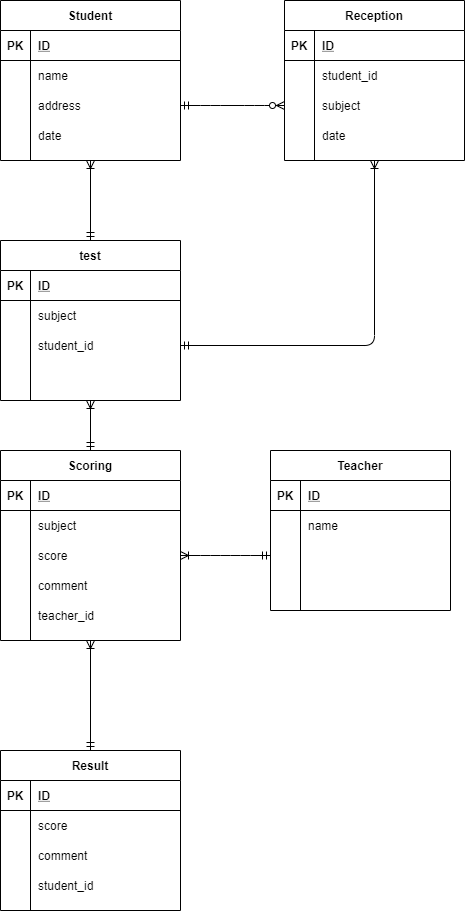
Earlier version of the draw.io export index.drawio.png (takuyaone/db). Source tidied: cells renumbered, new cells last; positions are measured from the earlier drawing's top-left corner, leaving out a move shared by most shapes.
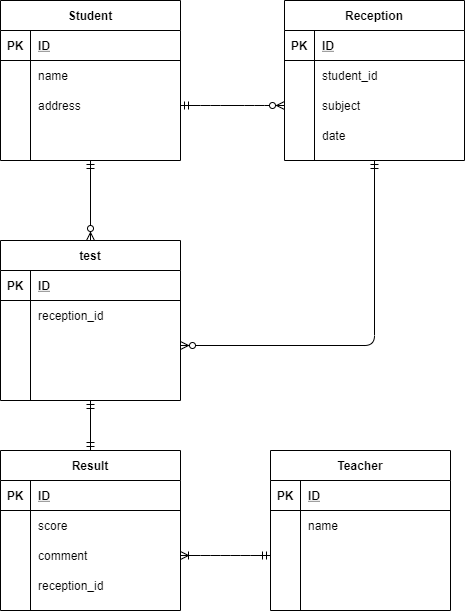
The same diagram one commit later.

What changed in the source:
```diff
@@ -38,7 +38,7 @@
     <mxCell id="13" style="shape=partialRectangle;fillColor=none;top=0;left=0;bottom=0;right=0;overflow=hidden;" parent="12" vertex="1">
       <mxGeometry width="30" height="30" as="geometry" />
     </mxCell>
-    <mxCell id="14" value="date" style="shape=partialRectangle;fillColor=none;top=0;left=0;bottom=0;right=0;align=left;spacingLeft=6;overflow=hidden;" parent="12" vertex="1">
+    <mxCell id="14" style="shape=partialRectangle;fillColor=none;top=0;left=0;bottom=0;right=0;align=left;spacingLeft=6;overflow=hidden;" parent="12" vertex="1">
       <mxGeometry x="30" width="150" height="30" as="geometry" />
     </mxCell>
     <mxCell id="15" value="Reception" style="shape=table;startSize=30;rowLines=0;fontStyle=1;align=center;" parent="1" vertex="1">
@@ -98,7 +98,7 @@
     <mxCell id="33" style="shape=partialRectangle;fillColor=none;top=0;left=0;bottom=0;right=0;overflow=hidden;" parent="32" vertex="1">
       <mxGeometry width="30" height="30" as="geometry" />
     </mxCell>
-    <mxCell id="34" value="subject" style="shape=partialRectangle;fillColor=none;top=0;left=0;bottom=0;right=0;align=left;spacingLeft=6;overflow=hidden;" parent="32" vertex="1">
+    <mxCell id="34" value="reception_id" style="shape=partialRectangle;fillColor=none;top=0;left=0;bottom=0;right=0;align=left;spacingLeft=6;overflow=hidden;" parent="32" vertex="1">
       <mxGeometry x="30" width="150" height="30" as="geometry" />
     </mxCell>
     <mxCell id="35" style="shape=partialRectangle;fillColor=none;top=0;left=0;bottom=0;right=0;points=[[0,0.5],[1,0.5]];portConstraint=eastwest;" parent="28" vertex="1">
@@ -107,7 +107,7 @@
     <mxCell id="36" style="shape=partialRectangle;fillColor=none;top=0;left=0;bottom=0;right=0;overflow=hidden;" parent="35" vertex="1">
       <mxGeometry width="30" height="30" as="geometry" />
     </mxCell>
-    <mxCell id="37" value="student_id" style="shape=partialRectangle;fillColor=none;top=0;left=0;bottom=0;right=0;align=left;spacingLeft=6;overflow=hidden;" parent="35" vertex="1">
+    <mxCell id="37" style="shape=partialRectangle;fillColor=none;top=0;left=0;bottom=0;right=0;align=left;spacingLeft=6;overflow=hidden;" parent="35" vertex="1">
       <mxGeometry x="30" width="150" height="30" as="geometry" />
     </mxCell>
     <mxCell id="38" style="shape=partialRectangle;fillColor=none;top=0;left=0;bottom=0;right=0;" parent="28" vertex="1">
@@ -158,56 +158,8 @@
     <mxCell id="53" style="shape=partialRectangle;fillColor=none;top=0;left=0;bottom=0;right=0;align=left;spacingLeft=6;overflow=hidden;" parent="51" vertex="1">
       <mxGeometry x="30" width="150" height="30" as="geometry" />
     </mxCell>
-    <mxCell id="54" value="Scoring" style="shape=table;startSize=30;rowLines=0;fontStyle=1;align=center;" parent="1" vertex="1">
-      <mxGeometry y="450" width="180" height="190" as="geometry" />
-    </mxCell>
-    <mxCell id="55" style="shape=partialRectangle;fillColor=none;top=0;left=0;bottom=1;right=0;" parent="54" vertex="1">
-      <mxGeometry y="30" width="180" height="30" as="geometry" />
-    </mxCell>
-    <mxCell id="56" value="PK" style="shape=partialRectangle;fillColor=none;top=0;left=0;bottom=0;right=0;fontStyle=1;overflow=hidden;" parent="55" vertex="1">
-      <mxGeometry width="30" height="30" as="geometry" />
-    </mxCell>
-    <mxCell id="57" value="ID" style="shape=partialRectangle;fillColor=none;top=0;left=0;bottom=0;right=0;align=left;spacingLeft=6;fontStyle=5;overflow=hidden;" parent="55" vertex="1">
-      <mxGeometry x="30" width="150" height="30" as="geometry" />
-    </mxCell>
-    <mxCell id="58" style="shape=partialRectangle;fillColor=none;top=0;left=0;bottom=0;right=0;" parent="54" vertex="1">
-      <mxGeometry y="60" width="180" height="30" as="geometry" />
-    </mxCell>
-    <mxCell id="59" style="shape=partialRectangle;fillColor=none;top=0;left=0;bottom=0;right=0;overflow=hidden;" parent="58" vertex="1">
-      <mxGeometry width="30" height="30" as="geometry" />
-    </mxCell>
-    <mxCell id="60" value="subject" style="shape=partialRectangle;fillColor=none;top=0;left=0;bottom=0;right=0;align=left;spacingLeft=6;overflow=hidden;" parent="58" vertex="1">
-      <mxGeometry x="30" width="150" height="30" as="geometry" />
-    </mxCell>
-    <mxCell id="61" style="shape=partialRectangle;fillColor=none;top=0;left=0;bottom=0;right=0;points=[[0,0.5],[1,0.5]];portConstraint=eastwest;" parent="54" vertex="1">
-      <mxGeometry y="90" width="180" height="30" as="geometry" />
-    </mxCell>
-    <mxCell id="62" style="shape=partialRectangle;fillColor=none;top=0;left=0;bottom=0;right=0;overflow=hidden;" parent="61" vertex="1">
-      <mxGeometry width="30" height="30" as="geometry" />
-    </mxCell>
-    <mxCell id="63" value="score" style="shape=partialRectangle;fillColor=none;top=0;left=0;bottom=0;right=0;align=left;spacingLeft=6;overflow=hidden;" parent="61" vertex="1">
-      <mxGeometry x="30" width="150" height="30" as="geometry" />
-    </mxCell>
-    <mxCell id="64" style="shape=partialRectangle;fillColor=none;top=0;left=0;bottom=0;right=0;" parent="54" vertex="1">
-      <mxGeometry y="120" width="180" height="30" as="geometry" />
-    </mxCell>
-    <mxCell id="65" style="shape=partialRectangle;fillColor=none;top=0;left=0;bottom=0;right=0;overflow=hidden;" parent="64" vertex="1">
-      <mxGeometry width="30" height="30" as="geometry" />
-    </mxCell>
-    <mxCell id="66" value="comment" style="shape=partialRectangle;fillColor=none;top=0;left=0;bottom=0;right=0;align=left;spacingLeft=6;overflow=hidden;" parent="64" vertex="1">
-      <mxGeometry x="30" width="150" height="30" as="geometry" />
-    </mxCell>
-    <mxCell id="67" style="shape=partialRectangle;fillColor=none;top=0;left=0;bottom=0;right=0;" parent="54" vertex="1">
-      <mxGeometry y="150" width="180" height="30" as="geometry" />
-    </mxCell>
-    <mxCell id="68" style="shape=partialRectangle;fillColor=none;top=0;left=0;bottom=0;right=0;overflow=hidden;" parent="67" vertex="1">
-      <mxGeometry width="30" height="30" as="geometry" />
-    </mxCell>
-    <mxCell id="69" value="teacher_id" style="shape=partialRectangle;fillColor=none;top=0;left=0;bottom=0;right=0;align=left;spacingLeft=6;overflow=hidden;" parent="67" vertex="1">
-      <mxGeometry x="30" width="150" height="30" as="geometry" />
-    </mxCell>
     <mxCell id="70" value="Result" style="shape=table;startSize=30;rowLines=0;fontStyle=1;align=center;" parent="1" vertex="1">
-      <mxGeometry y="750" width="180" height="160" as="geometry" />
+      <mxGeometry y="450" width="180" height="160" as="geometry" />
     </mxCell>
     <mxCell id="71" style="shape=partialRectangle;fillColor=none;top=0;left=0;bottom=1;right=0;" parent="70" vertex="1">
       <mxGeometry y="30" width="180" height="30" as="geometry" />
@@ -242,26 +194,23 @@
     <mxCell id="81" style="shape=partialRectangle;fillColor=none;top=0;left=0;bottom=0;right=0;overflow=hidden;" parent="80" vertex="1">
       <mxGeometry width="30" height="30" as="geometry" />
     </mxCell>
-    <mxCell id="82" value="student_id" style="shape=partialRectangle;fillColor=none;top=0;left=0;bottom=0;right=0;align=left;spacingLeft=6;overflow=hidden;" parent="80" vertex="1">
+    <mxCell id="82" value="reception_id" style="shape=partialRectangle;fillColor=none;top=0;left=0;bottom=0;right=0;align=left;spacingLeft=6;overflow=hidden;" parent="80" vertex="1">
       <mxGeometry x="30" width="150" height="30" as="geometry" />
     </mxCell>
     <mxCell id="83" style="edgeStyle=entityRelationEdgeStyle;fontSize=12;html=1;endArrow=ERzeroToMany;startArrow=ERmandOne;entryX=0;entryY=0.5;entryDx=0;entryDy=0;exitX=1;exitY=0.5;exitDx=0;exitDy=0;" parent="1" edge="1" source="9" target="22">
       <mxGeometry relative="1" as="geometry" />
     </mxCell>
-    <mxCell id="84" style="edgeStyle=orthogonalEdgeStyle;fontSize=12;html=1;endArrow=ERoneToMany;startArrow=ERmandOne;exitX=1;exitY=0.5;exitDx=0;exitDy=0;entryX=0.5;entryY=1;entryDx=0;entryDy=0;" parent="1" edge="1" source="35" target="15">
-      <mxGeometry relative="1" as="geometry" />
-    </mxCell>
-    <mxCell id="85" style="fontSize=12;html=1;endArrow=ERoneToMany;startArrow=ERmandOne;entryX=0.5;entryY=1;entryDx=0;entryDy=0;exitX=0.5;exitY=0;exitDx=0;exitDy=0;" parent="1" edge="1" source="28" target="2">
-      <mxGeometry relative="1" as="geometry" />
-    </mxCell>
-    <mxCell id="86" style="fontSize=12;html=1;endArrow=ERoneToMany;startArrow=ERmandOne;exitX=0.5;exitY=0;exitDx=0;exitDy=0;entryX=0.5;entryY=1;entryDx=0;entryDy=0;" parent="1" edge="1" source="54" target="28">
-      <mxGeometry relative="1" as="geometry" />
-    </mxCell>
-    <mxCell id="87" style="edgeStyle=entityRelationEdgeStyle;fontSize=12;html=1;endArrow=ERoneToMany;startArrow=ERmandOne;exitX=0;exitY=0.5;exitDx=0;exitDy=0;entryX=1;entryY=0.5;entryDx=0;entryDy=0;" parent="1" edge="1" source="48" target="61">
-      <mxGeometry relative="1" as="geometry" />
-    </mxCell>
-    <mxCell id="88" style="fontSize=12;html=1;endArrow=ERoneToMany;startArrow=ERmandOne;exitX=0.5;exitY=0;exitDx=0;exitDy=0;entryX=0.5;entryY=1;entryDx=0;entryDy=0;" parent="1" edge="1" source="70" target="54">
-      <mxGeometry relative="1" as="geometry" />
-    </mxCell>
+    <mxCell id="89" style="edgeStyle=entityRelationEdgeStyle;fontSize=12;html=1;endArrow=ERoneToMany;startArrow=ERmandOne;entryX=1;entryY=0.5;entryDx=0;entryDy=0;exitX=0;exitY=0.5;exitDx=0;exitDy=0;" parent="1" edge="1" source="48" target="77">
+      <mxGeometry relative="1" as="geometry" />
+    </mxCell>
+    <mxCell id="90" style="fontSize=12;html=1;endArrow=ERmandOne;startArrow=ERmandOne;exitX=0.5;exitY=0;exitDx=0;exitDy=0;entryX=0.5;entryY=1;entryDx=0;entryDy=0;" parent="1" edge="1" source="70" target="28">
+      <mxGeometry relative="1" as="geometry" />
+    </mxCell>
+    <mxCell id="91" style="fontSize=12;html=1;endArrow=ERzeroToMany;startArrow=ERmandOne;exitX=0.5;exitY=1;exitDx=0;exitDy=0;entryX=0.5;entryY=0;entryDx=0;entryDy=0;" parent="1" edge="1" source="2" target="28">
+      <mxGeometry relative="1" as="geometry" />
+    </mxCell>
+    <mxCell id="92" style="edgeStyle=orthogonalEdgeStyle;fontSize=12;html=1;endArrow=ERzeroToMany;startArrow=ERmandOne;entryX=1;entryY=0.5;entryDx=0;entryDy=0;exitX=0.5;exitY=1;exitDx=0;exitDy=0;" parent="1" edge="1" source="15" target="35">
+      <mxGeometry relative="1" as="geometry" />
+    </mxCell>
   </root>
 </mxGraphModel>
```
